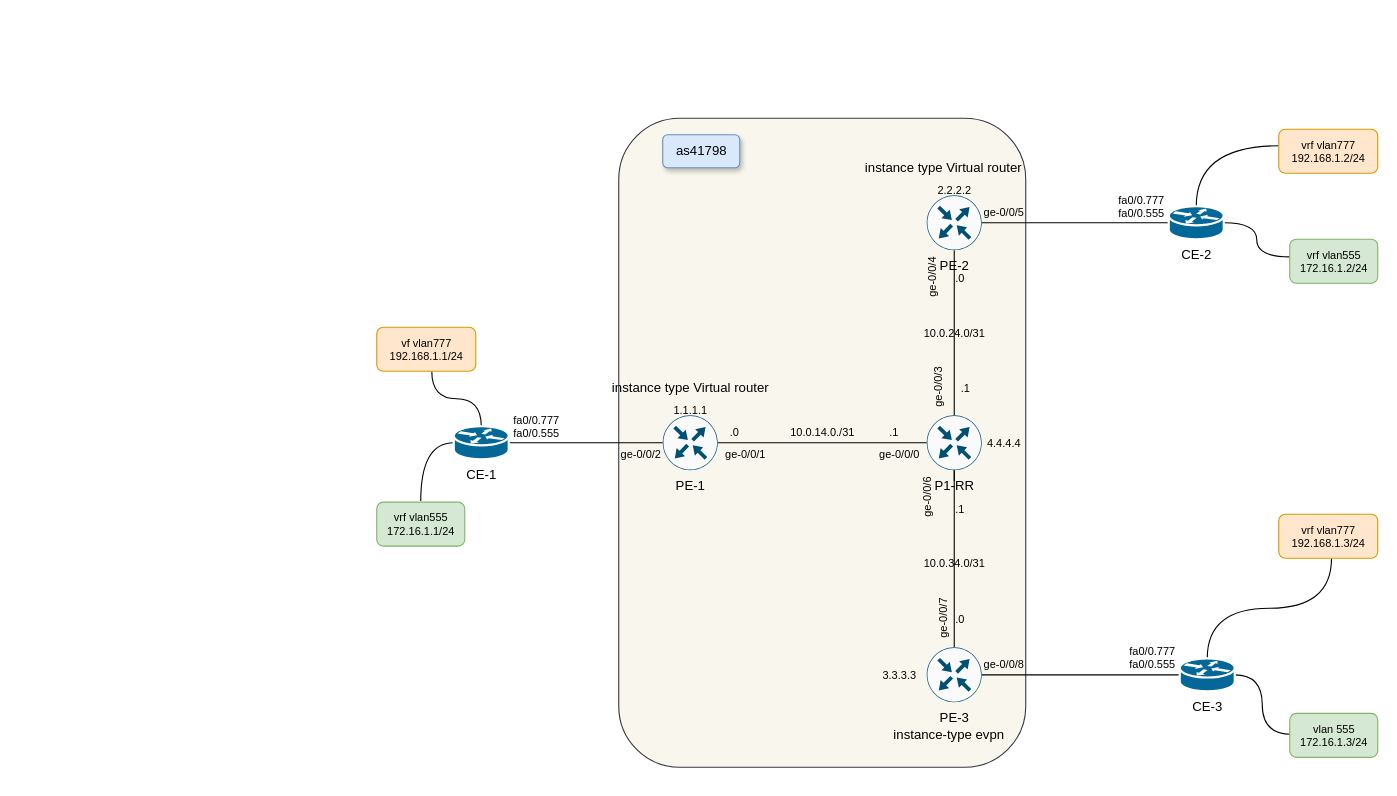
Before: SP/EVPN.drawio in amuzdakhanov/schemes_juniper, a draw.io diagram. Source tidied: cells renumbered, new cells numbered last; positions are measured from the earlier drawing's top-left corner, leaving out a move shared by most shapes. Both pictures are drawn from the tidied source at 110%, with x=0, y=0 at pixel (376, 118).
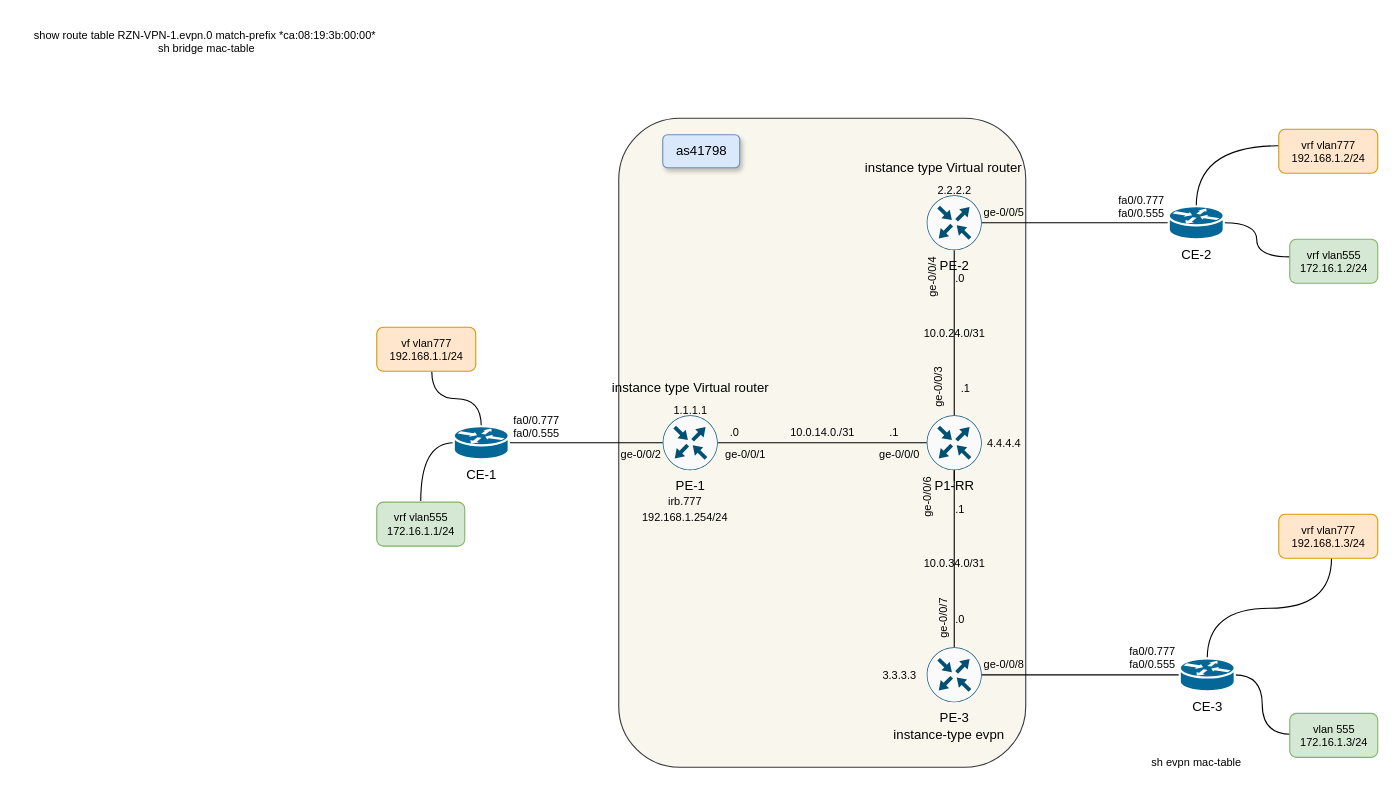
The same page after the edit.

What changed in the source:
```diff
@@
+    <mxCell id="58" value="&lt;font style=&quot;font-size: 10px;&quot;&gt;irb.777&lt;br&gt;192.168.1.254/24&lt;/font&gt;" style="text;html=1;align=center;verticalAlign=middle;fillColor=none;strokeColor=none;rounded=0;" parent="1" vertex="1">
+      <mxGeometry x="230" y="335" width="100" height="40" as="geometry" />
+    </mxCell>
+    <mxCell id="59" value="show route table RZN-VPN-1.evpn.0 match-prefix&amp;nbsp;*ca:08:19:3b:00:00*&amp;nbsp;&lt;br&gt;sh bridge mac-table" style="text;html=1;align=center;verticalAlign=middle;fillColor=none;strokeColor=none;rounded=0;fontSize=10;" parent="1" vertex="1">
+      <mxGeometry x="-325" y="-90" width="340" height="40" as="geometry" />
+    </mxCell>
+    <mxCell id="60" value="sh evpn mac-table" style="text;html=1;align=center;verticalAlign=middle;fillColor=none;strokeColor=none;rounded=0;fontSize=10;" parent="1" vertex="1">
+      <mxGeometry x="690" y="570" width="110" height="30" as="geometry" />
+    </mxCell>
```
